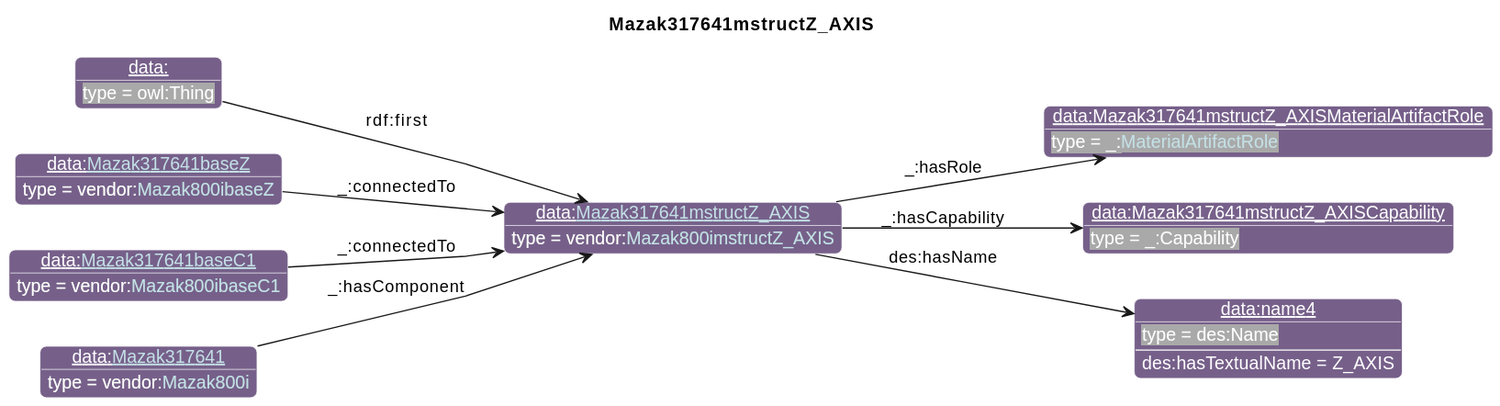
Above: diagrams/Mazak317641mstructZ_AXIS.svg in iofoundry/example-syseng-mtconnect (PlantUML), before the change.
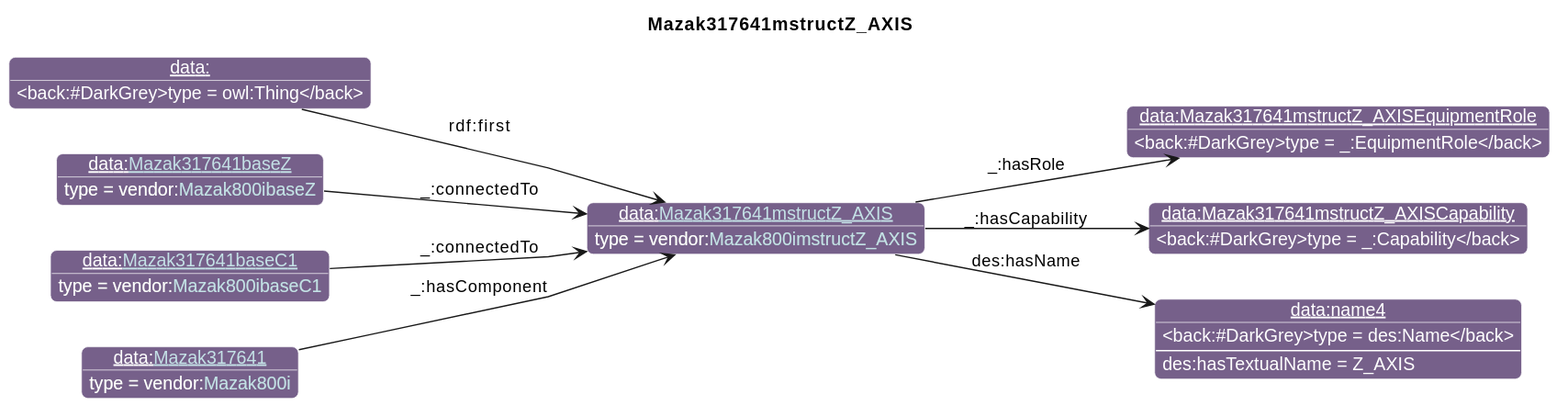
The same diagram one commit later.

Diff of the diagram source:
```diff
@@ -26,7 +26,7 @@
                       "qp":"641B2E"
       }
 individual(o0, data:[[./Mazak317641mstructZ_AXIS.html Mazak317641mstructZ_AXIS]], vendor:[[../Mazak.html#Mazak800imstructZ_AXIS Mazak800imstructZ_AXIS]])
-individual(o1, data:Mazak317641mstructZ_AXISMaterialArtifactRole, _:[[../MTConnect.html#MaterialArtifactRole MaterialArtifactRole]])
+individual(o1, data:Mazak317641mstructZ_AXISEquipmentRole, _:EquipmentRole)
 individual(o2, data:Mazak317641mstructZ_AXISCapability, _:Capability)
 individual(o3, data:name4, des:Name)
 individual(o4, data:, owl:Thing)
```
